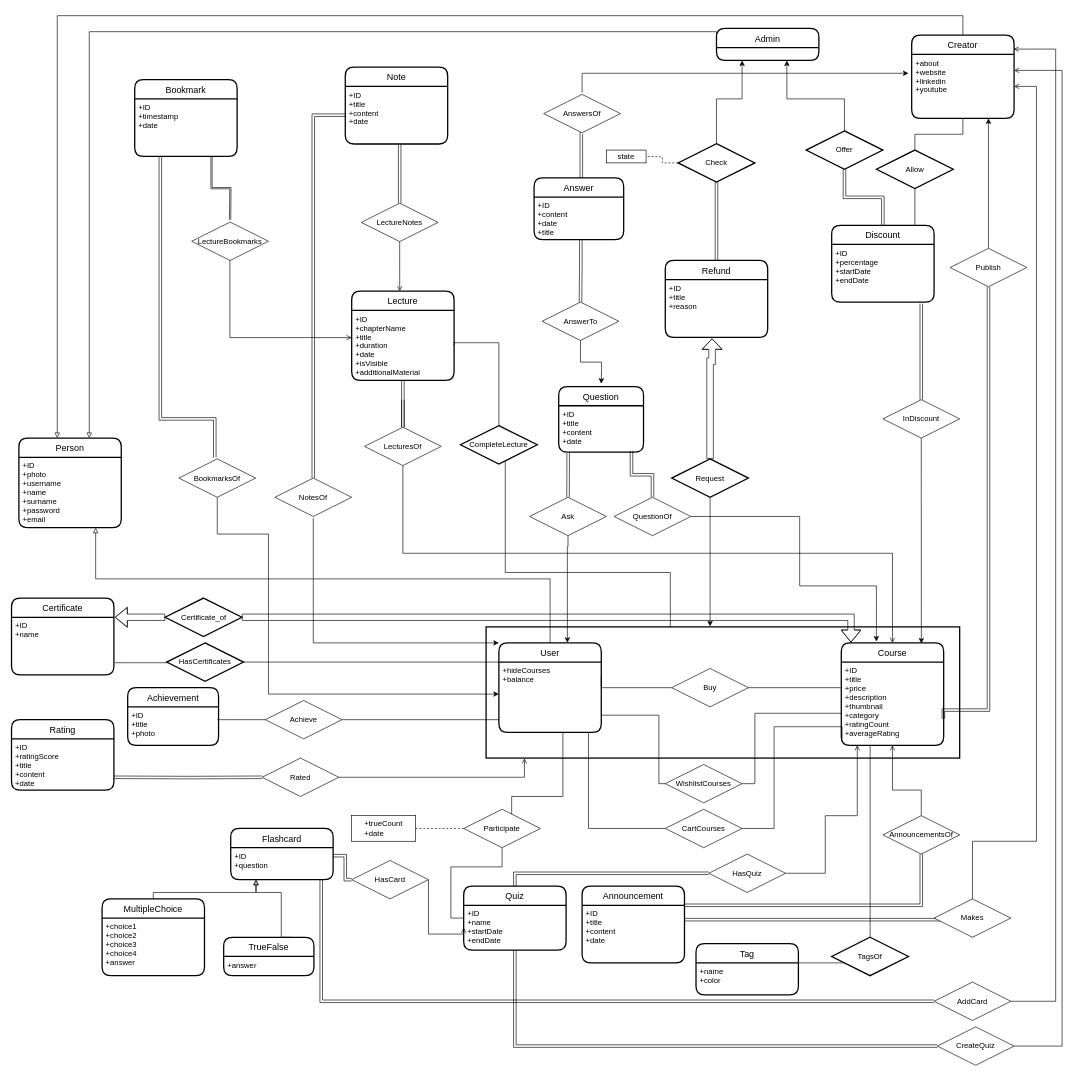
Earlier version of the draw.io diagram page "Quizlet" (4 of 4) of ER.drawio (muratangin187/CS353-Project). Source tidied: cells renumbered, new cells numbered last; positions are measured from the earlier drawing's top-left corner, leaving out a move shared by most shapes. Both pictures are drawn from the tidied source at 64%, with x=0, y=0 at pixel (11, 15).
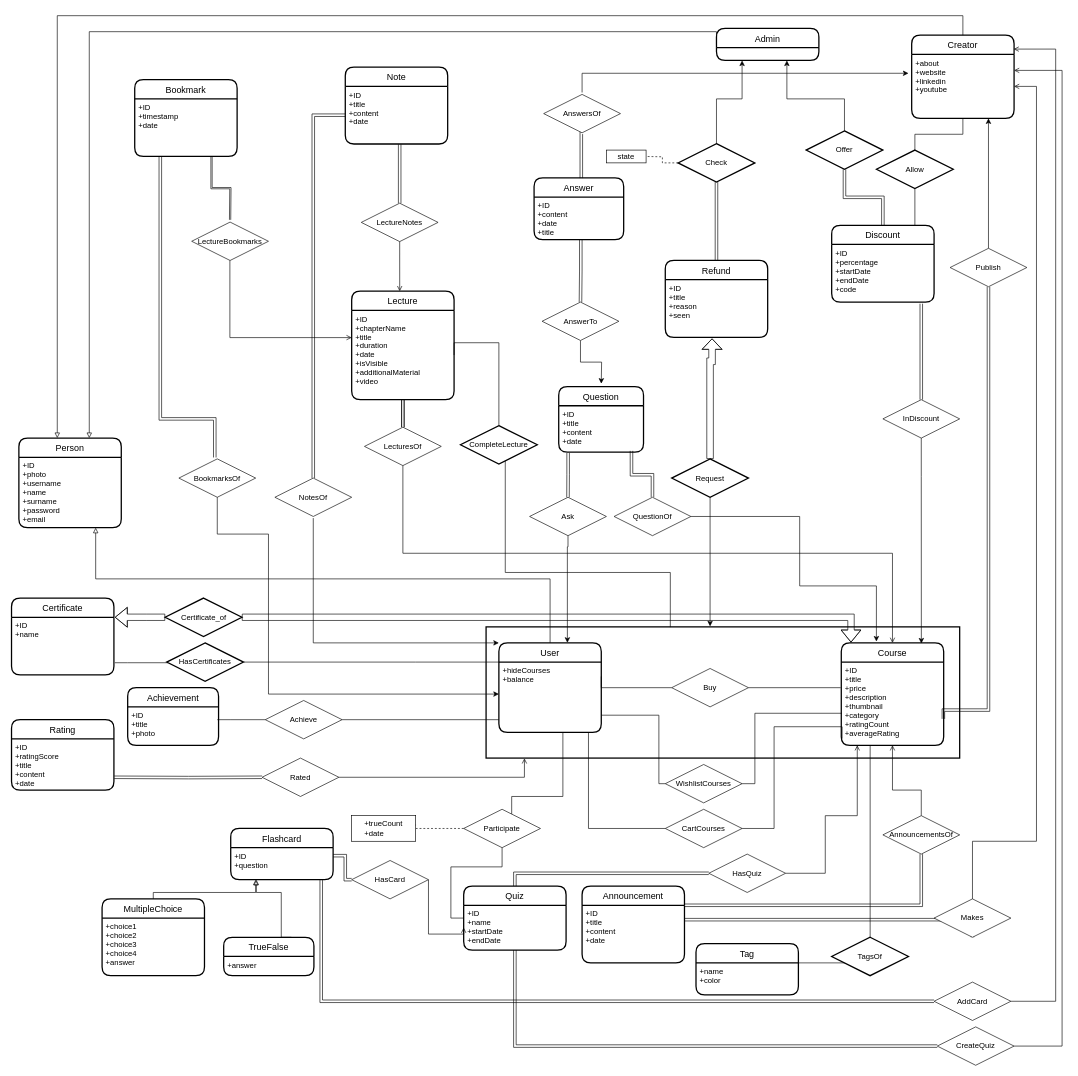
Above is the later version.

Unchanged cells that the change refers to:
```xml
<mxCell id="89" value="Refund" style="swimlane;horizontal=1;startSize=30;rounded=1;fontSize=14;fontStyle=0;strokeWidth=2;shadow=0;dashed=0;align=center;" parent="1" vertex="1">
  <mxGeometry x="1022" y="382.5" width="160" height="120" as="geometry" />
</mxCell>
<mxCell id="98" value="Discount" style="swimlane;horizontal=1;startSize=30;rounded=1;fontSize=14;fontStyle=0;strokeWidth=2;shadow=0;dashed=0;align=center;" parent="1" vertex="1">
  <mxGeometry x="1282" y="327.5" width="160" height="120" as="geometry" />
</mxCell>
```

What changed in the source:
```diff
@@
     <mxCell id="28" value="Lecture" style="swimlane;horizontal=1;startSize=30;rounded=1;fontSize=14;fontStyle=0;strokeWidth=2;shadow=0;align=center;sketch=0;glass=0;" parent="1" vertex="1">
-      <mxGeometry x="532" y="430.5" width="160" height="139.5" as="geometry" />
+      <mxGeometry x="532" y="430.5" width="160" height="169.5" as="geometry" />
     </mxCell>
-    <mxCell id="29" value="+ID&#10;+chapterName&#10;+title&#10;+duration&#10;+date&#10;+isVisible&#10;+additionalMaterial" style="align=left;strokeColor=none;fillColor=none;spacingLeft=4;fontSize=12;verticalAlign=top;" parent="28" vertex="1">
-      <mxGeometry y="30" width="160" height="109.5" as="geometry" />
+    <mxCell id="29" value="+ID&#10;+chapterName&#10;+title&#10;+duration&#10;+date&#10;+isVisible&#10;+additionalMaterial&#10;+video" style="align=left;strokeColor=none;fillColor=none;spacingLeft=4;fontSize=12;verticalAlign=top;" parent="28" vertex="1">
+      <mxGeometry y="30" width="160" height="139.5" as="geometry" />
     </mxCell>
@@
-    <mxCell id="90" value="+ID&#10;+title&#10;+reason" style="align=left;strokeColor=none;fillColor=none;spacingLeft=4;fontSize=12;verticalAlign=top;" parent="89" vertex="1">
+    <mxCell id="90" value="+ID&#10;+title&#10;+reason&#10;+seen" style="align=left;strokeColor=none;fillColor=none;spacingLeft=4;fontSize=12;verticalAlign=top;" parent="89" vertex="1">
       <mxGeometry y="30" width="160" height="90" as="geometry" />
     </mxCell>
@@
-    <mxCell id="99" value="+ID&#10;+percentage&#10;+startDate&#10;+endDate" style="align=left;strokeColor=none;fillColor=none;spacingLeft=4;fontSize=12;verticalAlign=top;" parent="98" vertex="1">
+    <mxCell id="99" value="+ID&#10;+percentage&#10;+startDate&#10;+endDate&#10;+code" style="align=left;strokeColor=none;fillColor=none;spacingLeft=4;fontSize=12;verticalAlign=top;" parent="98" vertex="1">
       <mxGeometry y="30" width="160" height="90" as="geometry" />
     </mxCell>
```
